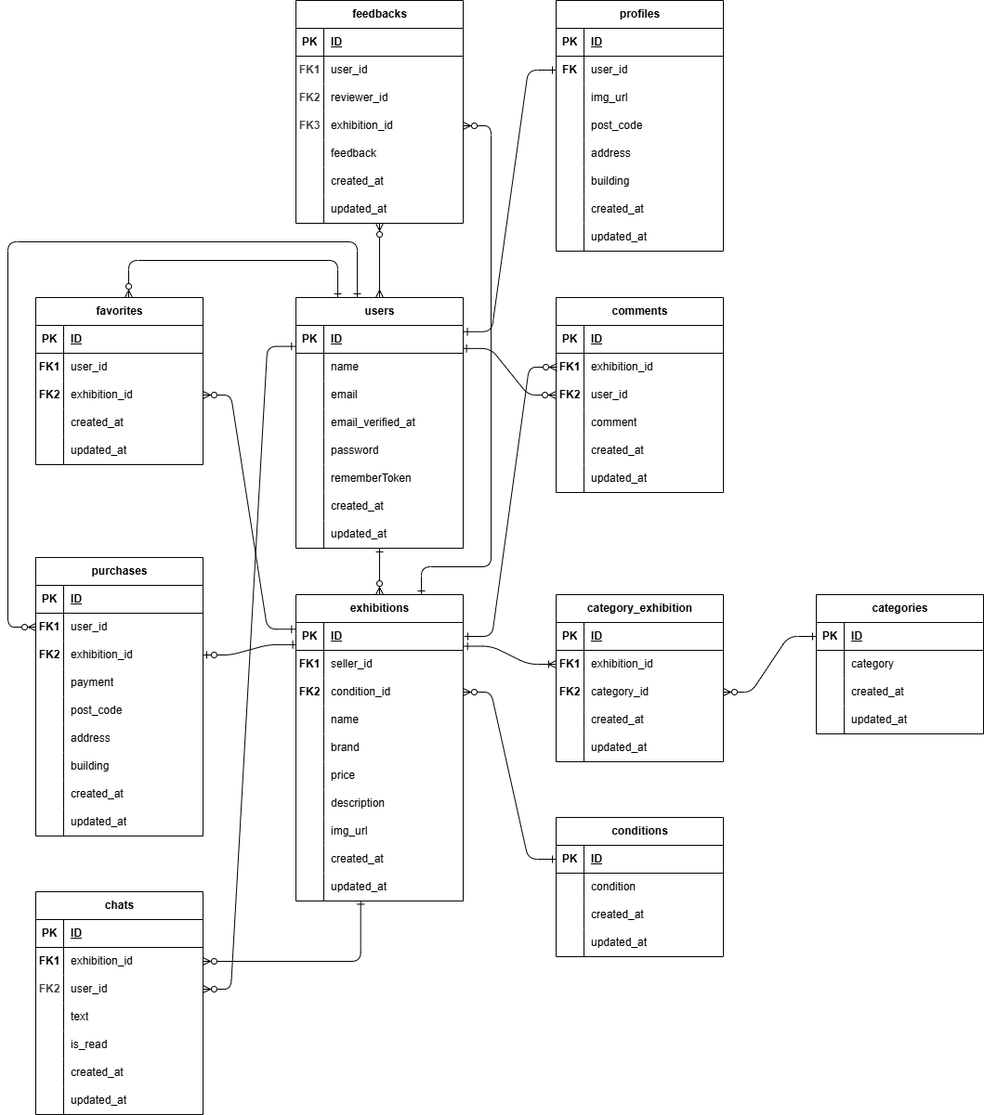
hiyo1925fiore/Coachtech-FleaMarket keeps this draw.io diagram as er.drawio.png. Above is the earlier version. Source tidied: cells renumbered, new cells last; positions are measured from the earlier drawing's top-left corner, leaving out a move shared by most shapes.
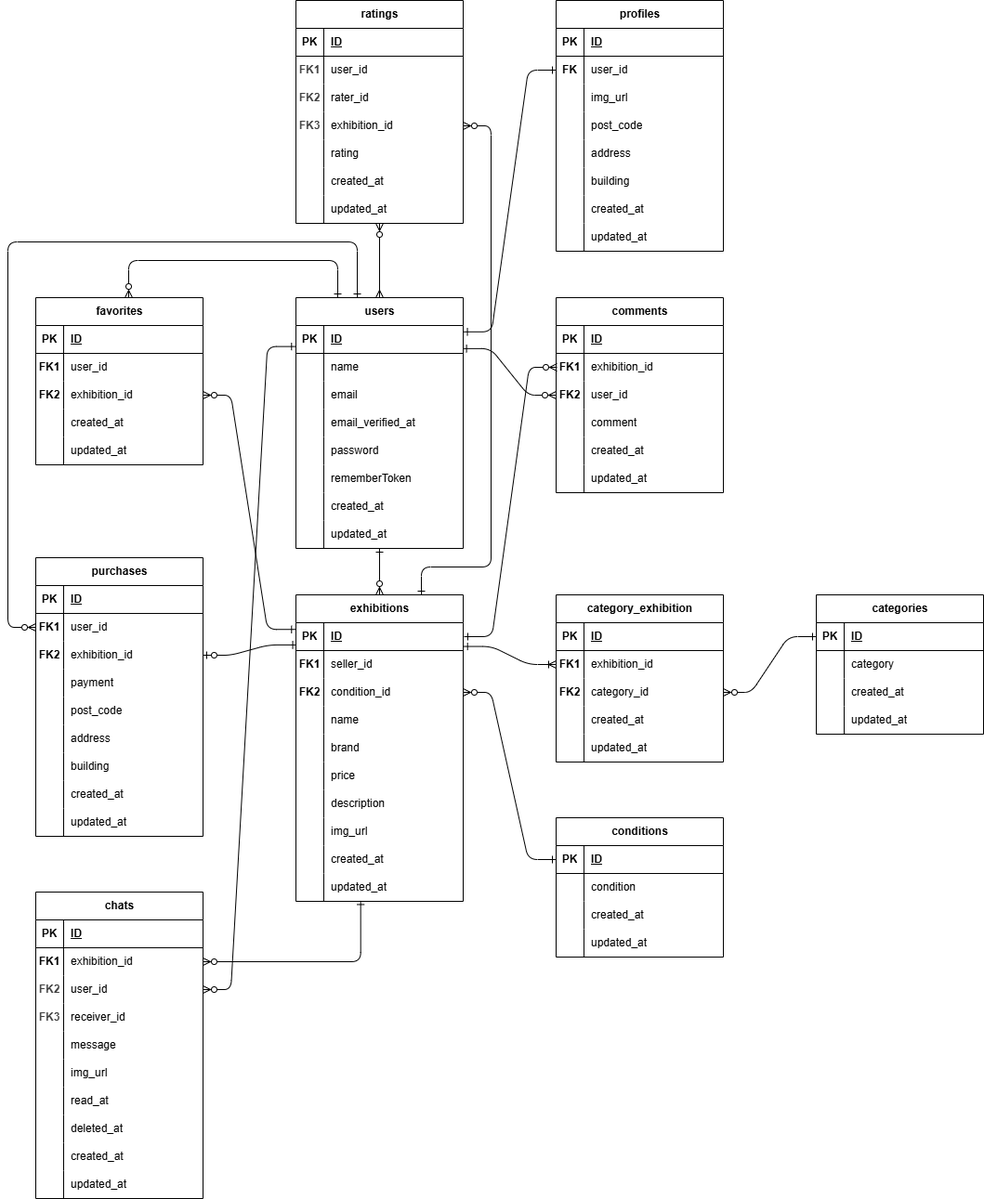
The same diagram one commit later.

Commit message:
チャット編集・削除機能追加・ER図修正

Change to the diagram source:
```diff
@@ -605,7 +605,7 @@
       <mxGeometry relative="1" as="geometry" />
     </mxCell>
     <mxCell id="198" value="chats" style="shape=table;startSize=30;rowLines=0;fontStyle=1;align=center;html=1;" parent="1" vertex="1">
-      <mxGeometry x="30" y="960" width="180" height="240" as="geometry" />
+      <mxGeometry x="30" y="960" width="180" height="330" as="geometry" />
     </mxCell>
     <mxCell id="199" style="shape=tableRow;horizontal=0;startSize=0;swimlaneHead=0;swimlaneBody=0;fillColor=none;top=0;left=0;right=0;bottom=1;" parent="198" vertex="1">
       <mxGeometry y="30" width="180" height="30" as="geometry" />
@@ -634,26 +634,53 @@
     <mxCell id="207" value="user_id" style="shape=partialRectangle;fillColor=none;top=0;left=0;bottom=0;right=0;align=left;spacingLeft=6;overflow=hidden;whiteSpace=wrap;html=1;" parent="205" vertex="1">
       <mxGeometry x="30" width="150" height="30" as="geometry" />
     </mxCell>
+    <mxCell id="247" style="shape=tableRow;horizontal=0;startSize=0;swimlaneHead=0;swimlaneBody=0;fillColor=none;top=0;left=0;right=0;bottom=0;" parent="198" vertex="1">
+      <mxGeometry y="120" width="180" height="30" as="geometry" />
+    </mxCell>
+    <mxCell id="248" value="&lt;span style=&quot;color: rgb(63, 63, 63); font-weight: 700;&quot;&gt;FK3&lt;/span&gt;" style="shape=partialRectangle;fillColor=none;top=0;left=0;bottom=0;right=0;overflow=hidden;whiteSpace=wrap;html=1;" parent="247" vertex="1">
+      <mxGeometry width="30" height="30" as="geometry" />
+    </mxCell>
+    <mxCell id="249" value="receiver_id" style="shape=partialRectangle;fillColor=none;top=0;left=0;bottom=0;right=0;align=left;spacingLeft=6;overflow=hidden;whiteSpace=wrap;html=1;" parent="247" vertex="1">
+      <mxGeometry x="30" width="150" height="30" as="geometry" />
+    </mxCell>
     <mxCell id="208" style="shape=tableRow;horizontal=0;startSize=0;swimlaneHead=0;swimlaneBody=0;fillColor=none;top=0;left=0;right=0;bottom=0;" parent="198" vertex="1">
-      <mxGeometry y="120" width="180" height="30" as="geometry" />
+      <mxGeometry y="150" width="180" height="30" as="geometry" />
     </mxCell>
     <mxCell id="209" style="shape=partialRectangle;fillColor=none;top=0;left=0;bottom=0;right=0;overflow=hidden;whiteSpace=wrap;html=1;" parent="208" vertex="1">
       <mxGeometry width="30" height="30" as="geometry" />
     </mxCell>
-    <mxCell id="210" value="text" style="shape=partialRectangle;fillColor=none;top=0;left=0;bottom=0;right=0;align=left;spacingLeft=6;overflow=hidden;whiteSpace=wrap;html=1;" parent="208" vertex="1">
+    <mxCell id="210" value="message" style="shape=partialRectangle;fillColor=none;top=0;left=0;bottom=0;right=0;align=left;spacingLeft=6;overflow=hidden;whiteSpace=wrap;html=1;" parent="208" vertex="1">
       <mxGeometry x="30" width="150" height="30" as="geometry" />
     </mxCell>
+    <mxCell id="250" style="shape=tableRow;horizontal=0;startSize=0;swimlaneHead=0;swimlaneBody=0;fillColor=none;top=0;left=0;right=0;bottom=0;" parent="198" vertex="1">
+      <mxGeometry y="180" width="180" height="30" as="geometry" />
+    </mxCell>
+    <mxCell id="251" style="shape=partialRectangle;fillColor=none;top=0;left=0;bottom=0;right=0;overflow=hidden;whiteSpace=wrap;html=1;" parent="250" vertex="1">
+      <mxGeometry width="30" height="30" as="geometry" />
+    </mxCell>
+    <mxCell id="252" value="img_url" style="shape=partialRectangle;fillColor=none;top=0;left=0;bottom=0;right=0;align=left;spacingLeft=6;overflow=hidden;whiteSpace=wrap;html=1;" parent="250" vertex="1">
+      <mxGeometry x="30" width="150" height="30" as="geometry" />
+    </mxCell>
     <mxCell id="211" style="shape=tableRow;horizontal=0;startSize=0;swimlaneHead=0;swimlaneBody=0;fillColor=none;top=0;left=0;right=0;bottom=0;" parent="198" vertex="1">
-      <mxGeometry y="150" width="180" height="30" as="geometry" />
+      <mxGeometry y="210" width="180" height="30" as="geometry" />
     </mxCell>
     <mxCell id="212" style="shape=partialRectangle;fillColor=none;top=0;left=0;bottom=0;right=0;overflow=hidden;whiteSpace=wrap;html=1;" parent="211" vertex="1">
       <mxGeometry width="30" height="30" as="geometry" />
     </mxCell>
-    <mxCell id="213" value="is_read" style="shape=partialRectangle;fillColor=none;top=0;left=0;bottom=0;right=0;align=left;spacingLeft=6;overflow=hidden;whiteSpace=wrap;html=1;" parent="211" vertex="1">
+    <mxCell id="213" value="read_at" style="shape=partialRectangle;fillColor=none;top=0;left=0;bottom=0;right=0;align=left;spacingLeft=6;overflow=hidden;whiteSpace=wrap;html=1;" parent="211" vertex="1">
       <mxGeometry x="30" width="150" height="30" as="geometry" />
     </mxCell>
+    <mxCell id="253" style="shape=tableRow;horizontal=0;startSize=0;swimlaneHead=0;swimlaneBody=0;fillColor=none;top=0;left=0;right=0;bottom=0;" parent="198" vertex="1">
+      <mxGeometry y="240" width="180" height="30" as="geometry" />
+    </mxCell>
+    <mxCell id="254" style="shape=partialRectangle;fillColor=none;top=0;left=0;bottom=0;right=0;overflow=hidden;whiteSpace=wrap;html=1;" parent="253" vertex="1">
+      <mxGeometry width="30" height="30" as="geometry" />
+    </mxCell>
+    <mxCell id="255" value="deleted_at" style="shape=partialRectangle;fillColor=none;top=0;left=0;bottom=0;right=0;align=left;spacingLeft=6;overflow=hidden;whiteSpace=wrap;html=1;" parent="253" vertex="1">
+      <mxGeometry x="30" width="150" height="30" as="geometry" />
+    </mxCell>
     <mxCell id="214" style="shape=tableRow;horizontal=0;startSize=0;swimlaneHead=0;swimlaneBody=0;fillColor=none;top=0;left=0;right=0;bottom=0;" parent="198" vertex="1">
-      <mxGeometry y="180" width="180" height="30" as="geometry" />
+      <mxGeometry y="270" width="180" height="30" as="geometry" />
     </mxCell>
     <mxCell id="215" style="shape=partialRectangle;fillColor=none;top=0;left=0;bottom=0;right=0;overflow=hidden;whiteSpace=wrap;html=1;" parent="214" vertex="1">
       <mxGeometry width="30" height="30" as="geometry" />
@@ -662,7 +689,7 @@
       <mxGeometry x="30" width="150" height="30" as="geometry" />
     </mxCell>
     <mxCell id="217" style="shape=tableRow;horizontal=0;startSize=0;swimlaneHead=0;swimlaneBody=0;fillColor=none;top=0;left=0;right=0;bottom=0;" parent="198" vertex="1">
-      <mxGeometry y="210" width="180" height="30" as="geometry" />
+      <mxGeometry y="300" width="180" height="30" as="geometry" />
     </mxCell>
     <mxCell id="218" style="shape=partialRectangle;fillColor=none;top=0;left=0;bottom=0;right=0;overflow=hidden;whiteSpace=wrap;html=1;" parent="217" vertex="1">
       <mxGeometry width="30" height="30" as="geometry" />
@@ -673,7 +700,7 @@
     <mxCell id="220" style="edgeStyle=none;html=1;entryX=0.5;entryY=0;entryDx=0;entryDy=0;startArrow=ERzeroToMany;startFill=0;endArrow=ERmany;endFill=0;" parent="1" edge="1" source="221" target="2">
       <mxGeometry relative="1" as="geometry" />
     </mxCell>
-    <mxCell id="221" value="feedbacks" style="shape=table;startSize=30;rowLines=0;fontStyle=1;align=center;html=1;" parent="1" vertex="1">
+    <mxCell id="221" value="ratings" style="shape=table;startSize=30;rowLines=0;fontStyle=1;align=center;html=1;" parent="1" vertex="1">
       <mxGeometry x="310" width="180" height="240" as="geometry" />
     </mxCell>
     <mxCell id="222" style="shape=tableRow;horizontal=0;startSize=0;swimlaneHead=0;swimlaneBody=0;fillColor=none;top=0;left=0;right=0;bottom=1;" parent="221" vertex="1">
@@ -700,7 +727,7 @@
     <mxCell id="229" value="&lt;span style=&quot;color: rgb(63, 63, 63); font-weight: 700;&quot;&gt;FK2&lt;/span&gt;" style="shape=partialRectangle;fillColor=none;top=0;left=0;bottom=0;right=0;overflow=hidden;whiteSpace=wrap;html=1;" parent="228" vertex="1">
       <mxGeometry width="30" height="30" as="geometry" />
     </mxCell>
-    <mxCell id="230" value="reviewer_id" style="shape=partialRectangle;fillColor=none;top=0;left=0;bottom=0;right=0;align=left;spacingLeft=6;overflow=hidden;whiteSpace=wrap;html=1;" parent="228" vertex="1">
+    <mxCell id="230" value="rater_id" style="shape=partialRectangle;fillColor=none;top=0;left=0;bottom=0;right=0;align=left;spacingLeft=6;overflow=hidden;whiteSpace=wrap;html=1;" parent="228" vertex="1">
       <mxGeometry x="30" width="150" height="30" as="geometry" />
     </mxCell>
     <mxCell id="231" style="shape=tableRow;horizontal=0;startSize=0;swimlaneHead=0;swimlaneBody=0;fillColor=none;points=[[0,0.5],[1,0.5]];portConstraint=eastwest;top=0;left=0;right=0;bottom=0;" parent="221" vertex="1">
@@ -718,7 +745,7 @@
     <mxCell id="235" style="shape=partialRectangle;fillColor=none;top=0;left=0;bottom=0;right=0;overflow=hidden;whiteSpace=wrap;html=1;" parent="234" vertex="1">
       <mxGeometry width="30" height="30" as="geometry" />
     </mxCell>
-    <mxCell id="236" value="feedback" style="shape=partialRectangle;fillColor=none;top=0;left=0;bottom=0;right=0;align=left;spacingLeft=6;overflow=hidden;whiteSpace=wrap;html=1;" parent="234" vertex="1">
+    <mxCell id="236" value="rating" style="shape=partialRectangle;fillColor=none;top=0;left=0;bottom=0;right=0;align=left;spacingLeft=6;overflow=hidden;whiteSpace=wrap;html=1;" parent="234" vertex="1">
       <mxGeometry x="30" width="150" height="30" as="geometry" />
     </mxCell>
     <mxCell id="237" style="shape=tableRow;horizontal=0;startSize=0;swimlaneHead=0;swimlaneBody=0;fillColor=none;top=0;left=0;right=0;bottom=0;" parent="221" vertex="1">
```
